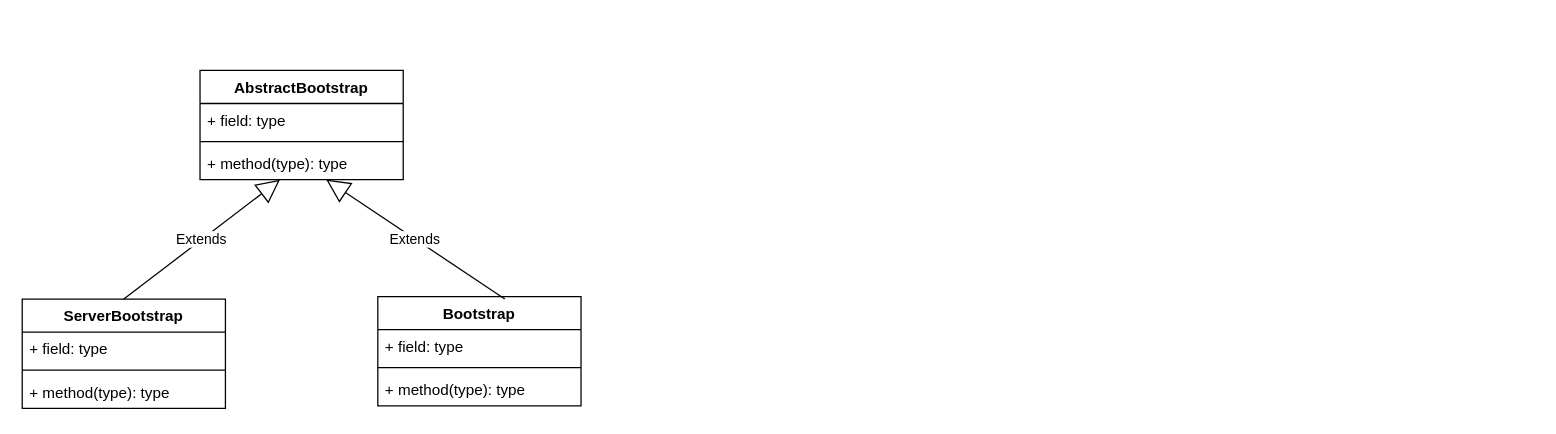
The draw.io diagram page "Bootstrap" (1 of 6) of Netty.drawio in tadsimons/draw, before the edit. Source tidied: cells renumbered, new cells numbered last; positions are measured from the earlier drawing's top-left corner, leaving out a move shared by most shapes. Both pictures are drawn from the tidied source at 127%, with x=0, y=0 at pixel (22, 70).
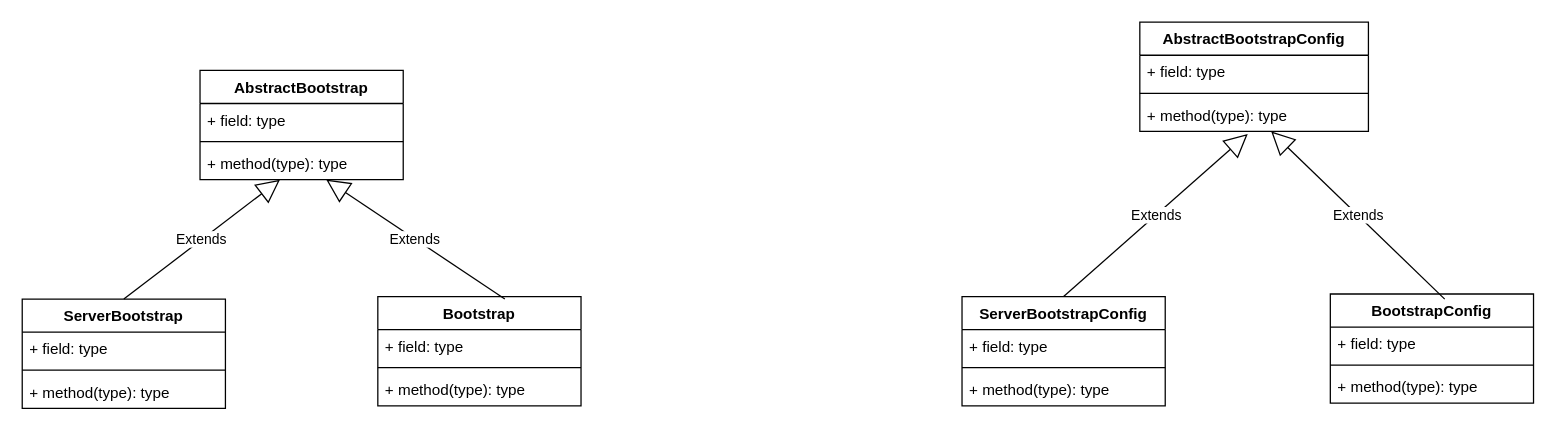
After the change.

Diff of the diagram source:
```diff
@@
+    <mxCell id="16" value="AbstractBootstrapConfig" style="swimlane;fontStyle=1;align=center;verticalAlign=top;horizontal=1;startSize=26;fillColor=#FFFFFF;" parent="1" vertex="1">
+      <mxGeometry x="880" y="-38" width="180" height="86" as="geometry" />
+    </mxCell>
+    <mxCell id="17" value="+ field: type" style="text;strokeColor=none;fillColor=none;align=left;verticalAlign=top;spacingLeft=4;spacingRight=4;overflow=hidden;" parent="16" vertex="1">
+      <mxGeometry y="26" width="180" height="26" as="geometry" />
+    </mxCell>
+    <mxCell id="18" style="line;strokeWidth=1;fillColor=none;align=left;verticalAlign=middle;spacingTop=-1;spacingLeft=3;spacingRight=3;labelPosition=right;" parent="16" vertex="1">
+      <mxGeometry y="52" width="180" height="8" as="geometry" />
+    </mxCell>
+    <mxCell id="19" value="+ method(type): type" style="text;strokeColor=none;fillColor=none;align=left;verticalAlign=top;spacingLeft=4;spacingRight=4;overflow=hidden;points=[[0,0.5],[1,0.5]];portConstraint=eastwest;" parent="16" vertex="1">
+      <mxGeometry y="60" width="180" height="26" as="geometry" />
+    </mxCell>
+    <mxCell id="20" value="ServerBootstrapConfig" style="swimlane;fontStyle=1;align=center;verticalAlign=top;horizontal=1;startSize=26;fillColor=#FFFFFF;" parent="1" vertex="1">
+      <mxGeometry x="740" y="178" width="160" height="86" as="geometry" />
+    </mxCell>
+    <mxCell id="21" value="+ field: type" style="text;strokeColor=none;fillColor=none;align=left;verticalAlign=top;spacingLeft=4;spacingRight=4;overflow=hidden;" parent="20" vertex="1">
+      <mxGeometry y="26" width="160" height="26" as="geometry" />
+    </mxCell>
+    <mxCell id="22" style="line;strokeWidth=1;fillColor=none;align=left;verticalAlign=middle;spacingTop=-1;spacingLeft=3;spacingRight=3;labelPosition=right;" parent="20" vertex="1">
+      <mxGeometry y="52" width="160" height="8" as="geometry" />
+    </mxCell>
+    <mxCell id="23" value="+ method(type): type" style="text;strokeColor=none;fillColor=none;align=left;verticalAlign=top;spacingLeft=4;spacingRight=4;overflow=hidden;" parent="20" vertex="1">
+      <mxGeometry y="60" width="160" height="26" as="geometry" />
+    </mxCell>
+    <mxCell id="24" value="Extends" style="endArrow=block;endSize=16;endFill=0;html=1;entryX=0.472;entryY=1.077;entryDx=0;entryDy=0;entryPerimeter=0;exitX=0.5;exitY=0;exitDx=0;exitDy=0;" parent="1" edge="1" source="20" target="19">
+      <mxGeometry relative="1" as="geometry" />
+    </mxCell>
+    <mxCell id="25" value="BootstrapConfig" style="swimlane;fontStyle=1;align=center;verticalAlign=top;horizontal=1;startSize=26;fillColor=#FFFFFF;" parent="1" vertex="1">
+      <mxGeometry x="1030" y="176" width="160" height="86" as="geometry" />
+    </mxCell>
+    <mxCell id="26" value="+ field: type" style="text;strokeColor=none;fillColor=none;align=left;verticalAlign=top;spacingLeft=4;spacingRight=4;overflow=hidden;" parent="25" vertex="1">
+      <mxGeometry y="26" width="160" height="26" as="geometry" />
+    </mxCell>
+    <mxCell id="27" style="line;strokeWidth=1;fillColor=none;align=left;verticalAlign=middle;spacingTop=-1;spacingLeft=3;spacingRight=3;labelPosition=right;" parent="25" vertex="1">
+      <mxGeometry y="52" width="160" height="8" as="geometry" />
+    </mxCell>
+    <mxCell id="28" value="+ method(type): type" style="text;strokeColor=none;fillColor=none;align=left;verticalAlign=top;spacingLeft=4;spacingRight=4;overflow=hidden;" parent="25" vertex="1">
+      <mxGeometry y="60" width="160" height="26" as="geometry" />
+    </mxCell>
+    <mxCell id="29" value="Extends" style="endArrow=block;endSize=16;endFill=0;html=1;exitX=0.563;exitY=0.047;exitDx=0;exitDy=0;exitPerimeter=0;" parent="1" edge="1" source="25" target="19">
+      <mxGeometry relative="1" as="geometry" />
+    </mxCell>
```
